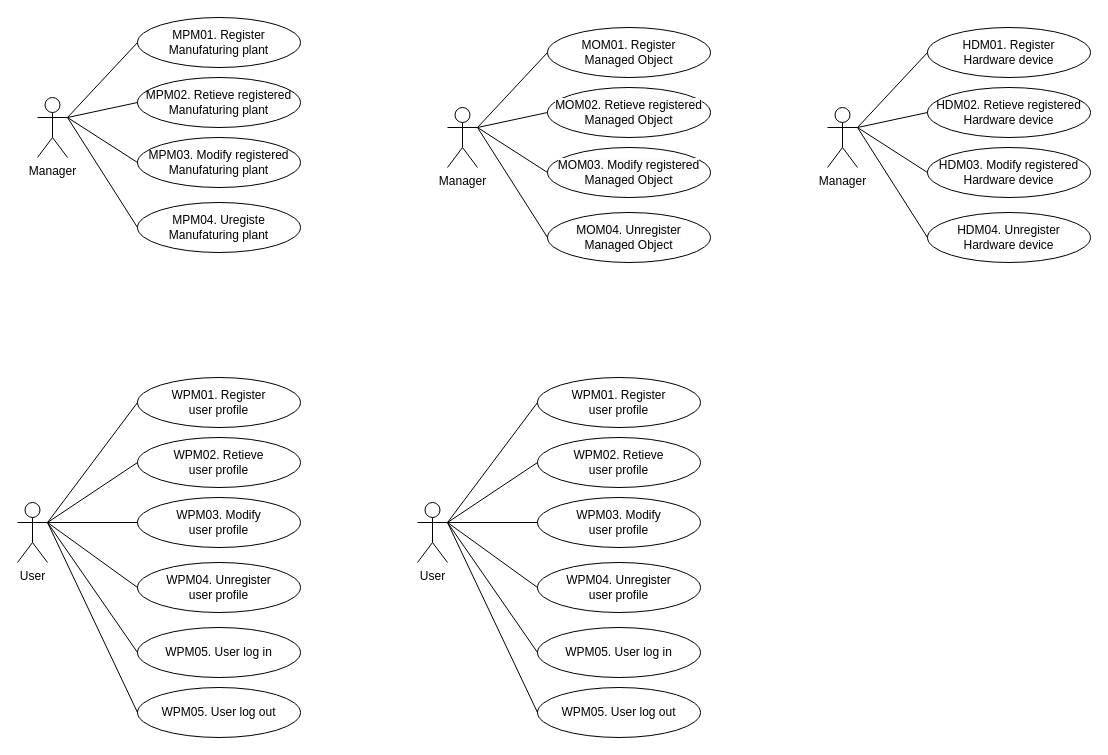
ShineSoYoung/TEST keeps this draw.io diagram as aa보고서_usecase_diagram.drawio. Above is the earlier version. Source tidied: cells renumbered, new cells numbered last; positions are measured from the earlier drawing's top-left corner, leaving out a move shared by most shapes. Both pictures are drawn from the tidied source at 100%, with x=0, y=0 at pixel (17, 17).
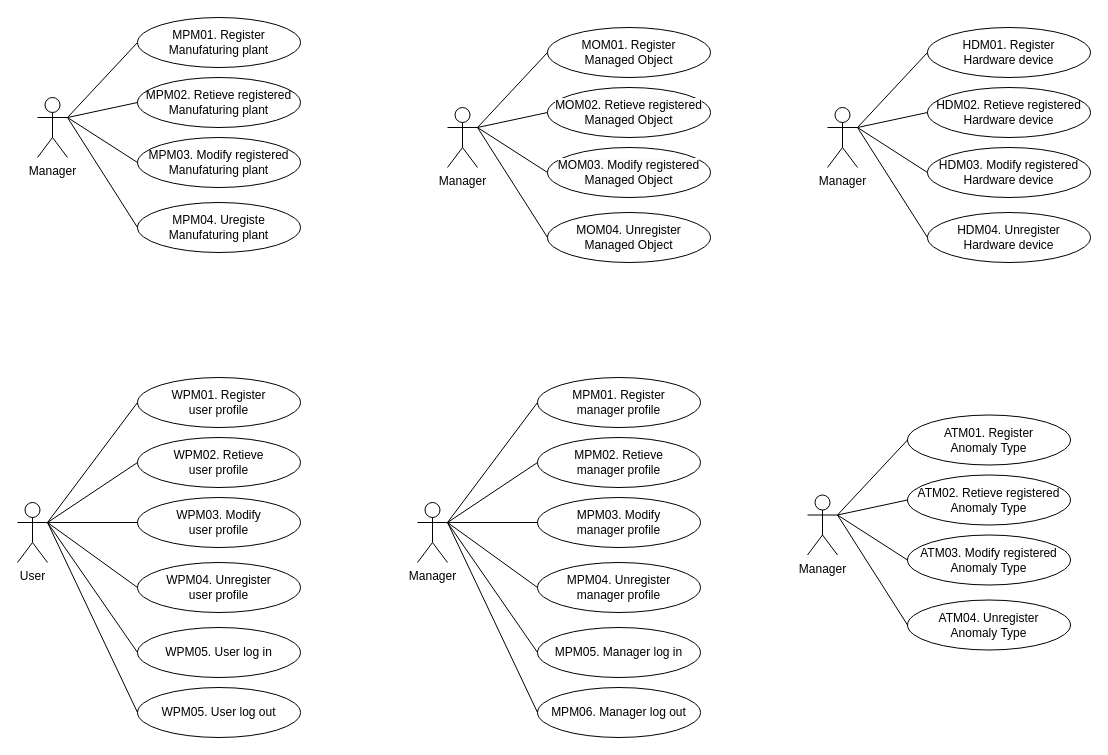
Above is the later version.

Commit message (it also covers changes not shown here):
aa보고서_usecase_diagram.drawio 업데이트

What changed in the source:
```diff
@@
-    <mxCell id="42" value="User" style="shape=umlActor;verticalLabelPosition=bottom;verticalAlign=top;html=1;outlineConnect=0;" parent="1" vertex="1">
+    <mxCell id="42" value="Manager" style="shape=umlActor;verticalLabelPosition=bottom;verticalAlign=top;html=1;outlineConnect=0;" parent="1" vertex="1">
       <mxGeometry x="400" y="485" width="30" height="60" as="geometry" />
     </mxCell>
-    <mxCell id="43" value="WPM01. Register &lt;br&gt;user profile" style="ellipse;whiteSpace=wrap;html=1;" parent="1" vertex="1">
+    <mxCell id="43" value="MPM01. Register &lt;br&gt;manager profile" style="ellipse;whiteSpace=wrap;html=1;" parent="1" vertex="1">
       <mxGeometry x="520" y="360" width="163" height="50" as="geometry" />
     </mxCell>
-    <mxCell id="44" value="WPM02. Retieve&lt;br style=&quot;border-color: var(--border-color);&quot;&gt;user profile" style="ellipse;whiteSpace=wrap;html=1;" parent="1" vertex="1">
+    <mxCell id="44" value="MPM02. Retieve&lt;br style=&quot;border-color: var(--border-color);&quot;&gt;manager profile" style="ellipse;whiteSpace=wrap;html=1;" parent="1" vertex="1">
       <mxGeometry x="520" y="420" width="163" height="50" as="geometry" />
     </mxCell>
-    <mxCell id="45" value="WPM03. Modify&lt;br style=&quot;border-color: var(--border-color);&quot;&gt;user profile" style="ellipse;whiteSpace=wrap;html=1;" parent="1" vertex="1">
+    <mxCell id="45" value="MPM03. Modify&lt;br style=&quot;border-color: var(--border-color);&quot;&gt;manager profile" style="ellipse;whiteSpace=wrap;html=1;" parent="1" vertex="1">
       <mxGeometry x="520" y="480" width="163" height="50" as="geometry" />
     </mxCell>
-    <mxCell id="46" value="WPM04. Unregister&lt;br style=&quot;border-color: var(--border-color);&quot;&gt;user profile" style="ellipse;whiteSpace=wrap;html=1;" parent="1" vertex="1">
+    <mxCell id="46" value="MPM04. Unregister&lt;br style=&quot;border-color: var(--border-color);&quot;&gt;manager profile" style="ellipse;whiteSpace=wrap;html=1;" parent="1" vertex="1">
       <mxGeometry x="520" y="545" width="163" height="50" as="geometry" />
     </mxCell>
@@
-    <mxCell id="51" value="WPM05. User log in" style="ellipse;whiteSpace=wrap;html=1;" parent="1" vertex="1">
+    <mxCell id="51" value="MPM05. Manager log in" style="ellipse;whiteSpace=wrap;html=1;" parent="1" vertex="1">
       <mxGeometry x="520" y="610" width="163" height="50" as="geometry" />
     </mxCell>
-    <mxCell id="52" value="WPM05. User log out" style="ellipse;whiteSpace=wrap;html=1;" parent="1" vertex="1">
+    <mxCell id="52" value="MPM06. Manager log out" style="ellipse;whiteSpace=wrap;html=1;" parent="1" vertex="1">
       <mxGeometry x="520" y="670" width="163" height="50" as="geometry" />
     </mxCell>
@@
+    <mxCell id="55" value="Manager" style="shape=umlActor;verticalLabelPosition=bottom;verticalAlign=top;html=1;outlineConnect=0;" parent="1" vertex="1">
+      <mxGeometry x="790" y="477.5" width="30" height="60" as="geometry" />
+    </mxCell>
+    <mxCell id="56" value="ATM01. Register &lt;br&gt;Anomaly Type" style="ellipse;whiteSpace=wrap;html=1;" parent="1" vertex="1">
+      <mxGeometry x="890" y="397.5" width="163" height="50" as="geometry" />
+    </mxCell>
+    <mxCell id="57" value="ATM02. Retieve registered Anomaly Type" style="ellipse;whiteSpace=wrap;html=1;" parent="1" vertex="1">
+      <mxGeometry x="890" y="457.5" width="163" height="50" as="geometry" />
+    </mxCell>
+    <mxCell id="58" value="ATM03. Modify registered Anomaly Type" style="ellipse;whiteSpace=wrap;html=1;" parent="1" vertex="1">
+      <mxGeometry x="890" y="517.5" width="163" height="50" as="geometry" />
+    </mxCell>
+    <mxCell id="59" value="ATM04. Unregister &lt;br&gt;Anomaly Type" style="ellipse;whiteSpace=wrap;html=1;" parent="1" vertex="1">
+      <mxGeometry x="890" y="582.5" width="163" height="50" as="geometry" />
+    </mxCell>
+    <mxCell id="60" style="endArrow=none;html=1;rounded=0;exitX=1;exitY=0.3333333333333333;exitDx=0;exitDy=0;exitPerimeter=0;entryX=0;entryY=0.5;entryDx=0;entryDy=0;" parent="1" edge="1" source="55" target="56">
+      <mxGeometry relative="1" as="geometry" />
+    </mxCell>
+    <mxCell id="61" style="endArrow=none;html=1;rounded=0;entryX=0;entryY=0.5;entryDx=0;entryDy=0;" parent="1" edge="1" target="57">
+      <mxGeometry relative="1" as="geometry">
+        <mxPoint x="820" y="497.5" as="sourcePoint" />
+      </mxGeometry>
+    </mxCell>
+    <mxCell id="62" style="endArrow=none;html=1;rounded=0;entryX=0;entryY=0.5;entryDx=0;entryDy=0;" parent="1" edge="1" target="58">
+      <mxGeometry relative="1" as="geometry">
+        <mxPoint x="820" y="497.5" as="sourcePoint" />
+      </mxGeometry>
+    </mxCell>
+    <mxCell id="63" style="endArrow=none;html=1;rounded=0;entryX=0;entryY=0.5;entryDx=0;entryDy=0;" parent="1" edge="1" target="59">
+      <mxGeometry relative="1" as="geometry">
+        <mxPoint x="820" y="497.5" as="sourcePoint" />
+      </mxGeometry>
+    </mxCell>
```
